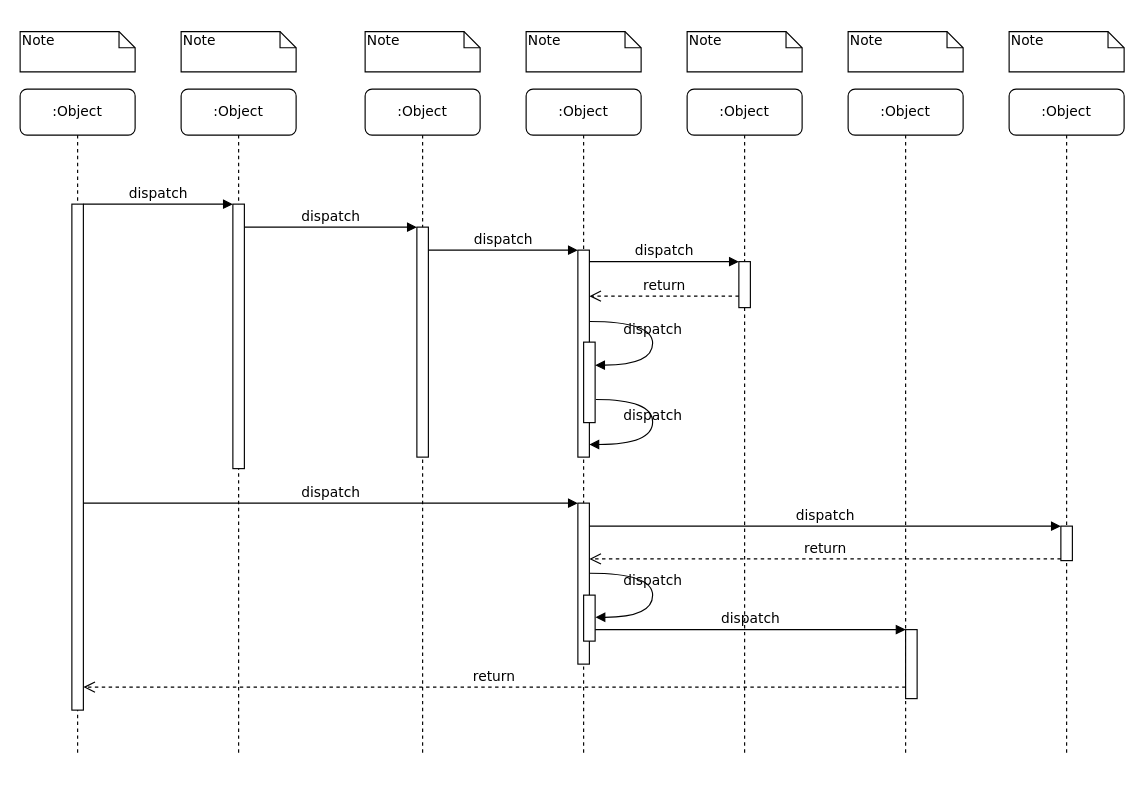
Earlier version of the draw.io diagram app/src/Untitled Diagram.drawio (Kingwentao/AndroidPromoteRoad). Source tidied: cells renumbered, new cells numbered last; positions are measured from the earlier drawing's top-left corner, leaving out a move shared by most shapes. Both pictures are drawn from the tidied source at 115%, with x=0, y=0 at pixel (20, 31).
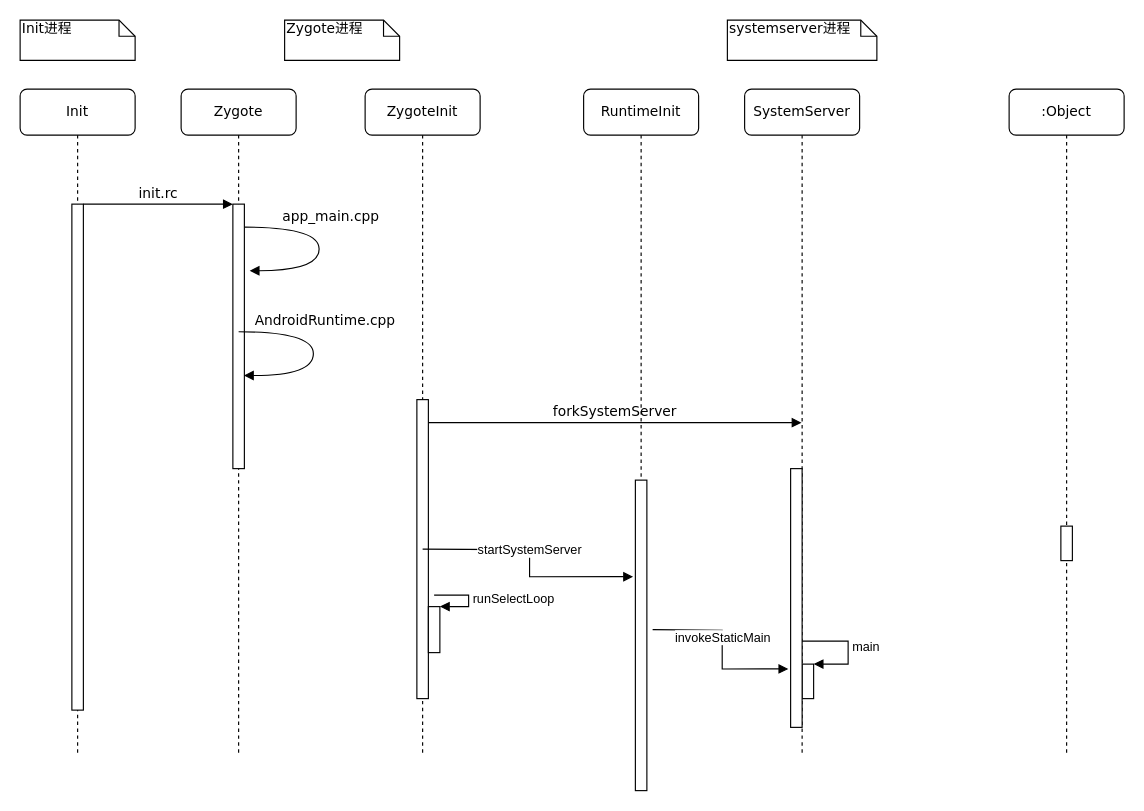
Above is the later version.

Commit message:
Update framework Diagram

The change refers to these unchanged cells:
```xml
<mxCell id="3" style="html=1;points=[];perimeter=orthogonalPerimeter;rounded=0;shadow=0;comic=0;labelBackgroundColor=none;strokeWidth=1;fontFamily=Verdana;fontSize=12;align=center;" parent="2" vertex="1">
  <mxGeometry x="45" y="100" width="10" height="230" as="geometry" />
</mxCell>
<mxCell id="11" style="html=1;points=[];perimeter=orthogonalPerimeter;rounded=0;shadow=0;comic=0;labelBackgroundColor=none;strokeWidth=1;fontFamily=Verdana;fontSize=12;align=center;" parent="10" vertex="1">
  <mxGeometry x="45" y="100" width="10" height="440" as="geometry" />
</mxCell>
<mxCell id="19" style="html=1;points=[];perimeter=orthogonalPerimeter;rounded=0;shadow=0;comic=0;labelBackgroundColor=none;strokeColor=#000000;strokeWidth=1;fillColor=#FFFFFF;fontFamily=Verdana;fontSize=12;fontColor=#000000;align=center;" parent="1" vertex="1">
  <mxGeometry x="905" y="430" width="10" height="30" as="geometry" />
</mxCell>
```

The edit, as a diff of the source:
```diff
@@
-    <mxCell id="2" value=":Object" style="shape=umlLifeline;perimeter=lifelinePerimeter;whiteSpace=wrap;html=1;outlineConnect=0;rounded=1;shadow=0;comic=0;labelBackgroundColor=none;strokeWidth=1;fontFamily=Verdana;fontSize=12;align=center;" parent="1" vertex="1">
+    <mxCell id="2" value="Zygote" style="shape=umlLifeline;perimeter=lifelinePerimeter;whiteSpace=wrap;html=1;outlineConnect=0;rounded=1;shadow=0;comic=0;labelBackgroundColor=none;strokeWidth=1;fontFamily=Verdana;fontSize=12;align=center;" parent="1" vertex="1">
       <mxGeometry x="140" y="50" width="100" height="580" as="geometry" />
     </mxCell>
@@
+    <mxCell id="26" style="html=1;verticalAlign=bottom;endArrow=block;labelBackgroundColor=none;fontFamily=Verdana;fontSize=12;edgeStyle=elbowEdgeStyle;elbow=vertical;" parent="2" edge="1" source="3" target="2">
+      <mxGeometry x="-1" y="-90" relative="1" as="geometry">
+        <mxPoint x="50" y="15" as="offset" />
+      </mxGeometry>
+    </mxCell>
+    <mxCell id="39" value="app_main.cpp" style="html=1;verticalAlign=bottom;endArrow=block;labelBackgroundColor=none;fontFamily=Verdana;fontSize=12;elbow=vertical;edgeStyle=orthogonalEdgeStyle;curved=1;entryX=1;entryY=0.286;entryPerimeter=0;exitX=1.038;exitY=0.345;exitPerimeter=0;" parent="2" edge="1">
+      <mxGeometry x="-0.2" y="10" relative="1" as="geometry">
+        <mxPoint x="55" y="120" as="sourcePoint" />
+        <mxPoint x="59.6" y="157.9" as="targetPoint" />
+        <Array as="points">
+          <mxPoint x="120" y="120" />
+          <mxPoint x="120" y="158" />
+        </Array>
+      </mxGeometry>
+    </mxCell>
-    <mxCell id="4" value=":Object" style="shape=umlLifeline;perimeter=lifelinePerimeter;whiteSpace=wrap;html=1;rounded=1;shadow=0;comic=0;labelBackgroundColor=none;strokeWidth=1;fontFamily=Verdana;fontSize=12;align=center;" parent="1" vertex="1">
+    <mxCell id="4" value="ZygoteInit" style="shape=umlLifeline;perimeter=lifelinePerimeter;whiteSpace=wrap;html=1;rounded=1;shadow=0;comic=0;labelBackgroundColor=none;strokeWidth=1;fontFamily=Verdana;fontSize=12;align=center;" parent="1" vertex="1">
       <mxGeometry x="300" y="50" width="100" height="580" as="geometry" />
     </mxCell>
     <mxCell id="5" style="html=1;points=[];perimeter=orthogonalPerimeter;rounded=0;shadow=0;comic=0;labelBackgroundColor=none;strokeWidth=1;fontFamily=Verdana;fontSize=12;align=center;" parent="4" vertex="1">
-      <mxGeometry x="45" y="120" width="10" height="200" as="geometry" />
+      <mxGeometry x="45" y="270" width="10" height="260" as="geometry" />
     </mxCell>
+    <mxCell id="40" style="html=1;points=[];perimeter=orthogonalPerimeter;" parent="4" vertex="1">
+      <mxGeometry x="55" y="450" width="10" height="40" as="geometry" />
+    </mxCell>
+    <mxCell id="41" value="runSelectLoop" style="edgeStyle=orthogonalEdgeStyle;html=1;align=left;spacingLeft=2;endArrow=block;rounded=0;entryX=1;entryY=0;" parent="4" edge="1" target="40">
+      <mxGeometry relative="1" as="geometry">
+        <mxPoint x="60" y="440" as="sourcePoint" />
+        <Array as="points">
+          <mxPoint x="90" y="440" />
+        </Array>
+      </mxGeometry>
+    </mxCell>
+    <mxCell id="42" value="startSystemServer" style="html=1;verticalAlign=bottom;endArrow=block;rounded=0;edgeStyle=orthogonalEdgeStyle;entryX=-0.2;entryY=0.311;entryDx=0;entryDy=0;entryPerimeter=0;" parent="4" edge="1" target="48">
+      <mxGeometry relative="1" as="geometry">
+        <mxPoint x="50" y="400" as="sourcePoint" />
+      </mxGeometry>
+    </mxCell>
-    <mxCell id="6" value=":Object" style="shape=umlLifeline;perimeter=lifelinePerimeter;whiteSpace=wrap;html=1;outlineConnect=0;rounded=1;shadow=0;comic=0;labelBackgroundColor=none;strokeWidth=1;fontFamily=Verdana;fontSize=12;align=center;" parent="1" vertex="1">
-      <mxGeometry x="440" y="50" width="100" height="580" as="geometry" />
+    <mxCell id="6" value="SystemServer" style="shape=umlLifeline;perimeter=lifelinePerimeter;whiteSpace=wrap;html=1;outlineConnect=0;rounded=1;shadow=0;comic=0;labelBackgroundColor=none;strokeWidth=1;fontFamily=Verdana;fontSize=12;align=center;" parent="1" vertex="1">
+      <mxGeometry x="630" y="50" width="100" height="580" as="geometry" />
     </mxCell>
-    <mxCell id="7" value=":Object" style="shape=umlLifeline;perimeter=lifelinePerimeter;whiteSpace=wrap;html=1;rounded=1;shadow=0;comic=0;labelBackgroundColor=none;strokeWidth=1;fontFamily=Verdana;fontSize=12;align=center;" parent="1" vertex="1">
-      <mxGeometry x="580" y="50" width="100" height="580" as="geometry" />
-    </mxCell>
-    <mxCell id="8" value=":Object" style="shape=umlLifeline;perimeter=lifelinePerimeter;whiteSpace=wrap;html=1;rounded=1;shadow=0;comic=0;labelBackgroundColor=none;strokeWidth=1;fontFamily=Verdana;fontSize=12;align=center;" parent="1" vertex="1">
-      <mxGeometry x="720" y="50" width="100" height="580" as="geometry" />
-    </mxCell>
+    <mxCell id="43" style="html=1;points=[];perimeter=orthogonalPerimeter;" parent="6" vertex="1">
+      <mxGeometry x="50" y="500" width="10" height="30" as="geometry" />
+    </mxCell>
+    <mxCell id="44" value="main" style="edgeStyle=orthogonalEdgeStyle;html=1;align=left;spacingLeft=2;endArrow=block;rounded=0;entryX=1;entryY=0;" parent="6" edge="1" source="12" target="43">
+      <mxGeometry relative="1" as="geometry">
+        <Array as="points">
+          <mxPoint x="90" y="480" />
+          <mxPoint x="90" y="500" />
+        </Array>
+      </mxGeometry>
+    </mxCell>
+    <mxCell id="12" style="html=1;points=[];perimeter=orthogonalPerimeter;rounded=0;shadow=0;comic=0;labelBackgroundColor=none;strokeWidth=1;fontFamily=Verdana;fontSize=12;align=center;" parent="6" vertex="1">
+      <mxGeometry x="40" y="330" width="10" height="225" as="geometry" />
+    </mxCell>
@@
-    <mxCell id="10" value=":Object" style="shape=umlLifeline;perimeter=lifelinePerimeter;whiteSpace=wrap;html=1;rounded=1;shadow=0;comic=0;labelBackgroundColor=none;strokeWidth=1;fontFamily=Verdana;fontSize=12;align=center;" parent="1" vertex="1">
+    <mxCell id="10" value="Init" style="shape=umlLifeline;perimeter=lifelinePerimeter;whiteSpace=wrap;html=1;rounded=1;shadow=0;comic=0;labelBackgroundColor=none;strokeWidth=1;fontFamily=Verdana;fontSize=12;align=center;" parent="1" vertex="1">
       <mxGeometry y="50" width="100" height="580" as="geometry" />
     </mxCell>
@@
-    <mxCell id="12" style="html=1;points=[];perimeter=orthogonalPerimeter;rounded=0;shadow=0;comic=0;labelBackgroundColor=none;strokeWidth=1;fontFamily=Verdana;fontSize=12;align=center;" parent="1" vertex="1">
-      <mxGeometry x="485" y="190" width="10" height="180" as="geometry" />
-    </mxCell>
-    <mxCell id="13" value="dispatch" style="html=1;verticalAlign=bottom;endArrow=block;labelBackgroundColor=none;fontFamily=Verdana;fontSize=12;edgeStyle=elbowEdgeStyle;elbow=vertical;" parent="1" edge="1" source="5" target="12">
+    <mxCell id="13" value="forkSystemServer" style="html=1;verticalAlign=bottom;endArrow=block;labelBackgroundColor=none;fontFamily=Verdana;fontSize=12;edgeStyle=elbowEdgeStyle;elbow=vertical;" parent="1" edge="1" source="5" target="6">
       <mxGeometry relative="1" as="geometry">
         <Array as="points">
+          <mxPoint x="410" y="340" />
+          <mxPoint x="410" y="210" />
           <mxPoint x="360" y="190" />
         </Array>
       </mxGeometry>
     </mxCell>
-    <mxCell id="14" style="html=1;points=[];perimeter=orthogonalPerimeter;rounded=0;shadow=0;comic=0;labelBackgroundColor=none;strokeWidth=1;fontFamily=Verdana;fontSize=12;align=center;" parent="1" vertex="1">
-      <mxGeometry x="625" y="200" width="10" height="40" as="geometry" />
-    </mxCell>
-    <mxCell id="15" value="dispatch" style="html=1;verticalAlign=bottom;endArrow=block;entryX=0;entryY=0;labelBackgroundColor=none;fontFamily=Verdana;fontSize=12;edgeStyle=elbowEdgeStyle;elbow=vertical;" parent="1" edge="1" source="12" target="14">
-      <mxGeometry relative="1" as="geometry" />
-    </mxCell>
-    <mxCell id="16" value="return" style="html=1;verticalAlign=bottom;endArrow=open;dashed=1;endSize=8;labelBackgroundColor=none;fontFamily=Verdana;fontSize=12;edgeStyle=elbowEdgeStyle;elbow=vertical;" parent="1" edge="1" source="14" target="12">
-      <mxGeometry relative="1" as="geometry">
-        <Array as="points">
-          <mxPoint x="570" y="230" />
-          <mxPoint x="600" y="230" />
-        </Array>
-      </mxGeometry>
-    </mxCell>
-    <mxCell id="17" style="html=1;points=[];perimeter=orthogonalPerimeter;rounded=0;shadow=0;comic=0;labelBackgroundColor=none;strokeWidth=1;fontFamily=Verdana;fontSize=12;align=center;" parent="1" vertex="1">
-      <mxGeometry x="485" y="410" width="10" height="140" as="geometry" />
-    </mxCell>
-    <mxCell id="18" value="dispatch" style="html=1;verticalAlign=bottom;endArrow=block;entryX=0;entryY=0;labelBackgroundColor=none;fontFamily=Verdana;fontSize=12;" parent="1" edge="1" source="11" target="17">
-      <mxGeometry relative="1" as="geometry" />
-    </mxCell>
@@
-    <mxCell id="20" value="dispatch" style="html=1;verticalAlign=bottom;endArrow=block;entryX=0;entryY=0;labelBackgroundColor=none;fontFamily=Verdana;fontSize=12;" parent="1" edge="1" source="17" target="19">
-      <mxGeometry relative="1" as="geometry" />
-    </mxCell>
-    <mxCell id="21" value="return" style="html=1;verticalAlign=bottom;endArrow=open;dashed=1;endSize=8;exitX=0;exitY=0.95;labelBackgroundColor=none;fontFamily=Verdana;fontSize=12;" parent="1" edge="1" source="19" target="17">
-      <mxGeometry relative="1" as="geometry" />
-    </mxCell>
-    <mxCell id="22" style="html=1;points=[];perimeter=orthogonalPerimeter;rounded=0;shadow=0;comic=0;labelBackgroundColor=none;strokeWidth=1;fontFamily=Verdana;fontSize=12;align=center;" parent="1" vertex="1">
-      <mxGeometry x="770" y="520" width="10" height="60" as="geometry" />
-    </mxCell>
-    <mxCell id="23" value="dispatch" style="html=1;verticalAlign=bottom;endArrow=block;entryX=0;entryY=0;labelBackgroundColor=none;fontFamily=Verdana;fontSize=12;edgeStyle=elbowEdgeStyle;elbow=vertical;" parent="1" edge="1" source="30" target="22">
-      <mxGeometry relative="1" as="geometry" />
-    </mxCell>
-    <mxCell id="24" value="return" style="html=1;verticalAlign=bottom;endArrow=open;dashed=1;endSize=8;labelBackgroundColor=none;fontFamily=Verdana;fontSize=12;edgeStyle=elbowEdgeStyle;elbow=vertical;" parent="1" edge="1" source="22" target="11">
-      <mxGeometry relative="1" as="geometry">
-        <Array as="points">
-          <mxPoint x="470" y="570" />
-        </Array>
-      </mxGeometry>
-    </mxCell>
-    <mxCell id="25" value="dispatch" style="html=1;verticalAlign=bottom;endArrow=block;entryX=0;entryY=0;labelBackgroundColor=none;fontFamily=Verdana;fontSize=12;edgeStyle=elbowEdgeStyle;elbow=vertical;" parent="1" edge="1" source="11" target="3">
+    <mxCell id="25" value="init.rc" style="html=1;verticalAlign=bottom;endArrow=block;entryX=0;entryY=0;labelBackgroundColor=none;fontFamily=Verdana;fontSize=12;edgeStyle=elbowEdgeStyle;elbow=vertical;" parent="1" edge="1" source="11" target="3">
       <mxGeometry relative="1" as="geometry" />
     </mxCell>
-    <mxCell id="26" value="dispatch" style="html=1;verticalAlign=bottom;endArrow=block;entryX=0;entryY=0;labelBackgroundColor=none;fontFamily=Verdana;fontSize=12;edgeStyle=elbowEdgeStyle;elbow=vertical;" parent="1" edge="1" source="3" target="5">
-      <mxGeometry relative="1" as="geometry" />
-    </mxCell>
-    <mxCell id="27" style="html=1;points=[];perimeter=orthogonalPerimeter;rounded=0;shadow=0;comic=0;labelBackgroundColor=none;strokeWidth=1;fontFamily=Verdana;fontSize=12;align=center;" parent="1" vertex="1">
-      <mxGeometry x="490" y="270" width="10" height="70" as="geometry" />
-    </mxCell>
-    <mxCell id="28" value="dispatch" style="html=1;verticalAlign=bottom;endArrow=block;labelBackgroundColor=none;fontFamily=Verdana;fontSize=12;elbow=vertical;edgeStyle=orthogonalEdgeStyle;curved=1;entryX=1;entryY=0.286;entryPerimeter=0;exitX=1.038;exitY=0.345;exitPerimeter=0;" parent="1" edge="1" source="12" target="27">
-      <mxGeometry relative="1" as="geometry">
-        <Array as="points">
-          <mxPoint x="550" y="252" />
-          <mxPoint x="550" y="290" />
-        </Array>
-      </mxGeometry>
-    </mxCell>
-    <mxCell id="29" value="dispatch" style="html=1;verticalAlign=bottom;endArrow=block;labelBackgroundColor=none;fontFamily=Verdana;fontSize=12;elbow=vertical;edgeStyle=orthogonalEdgeStyle;curved=1;exitX=1.066;exitY=0.713;exitPerimeter=0;" parent="1" edge="1" source="27">
-      <mxGeometry relative="1" as="geometry">
-        <mxPoint x="495" y="359" as="targetPoint" />
-        <Array as="points">
-          <mxPoint x="550" y="320" />
-          <mxPoint x="550" y="359" />
-        </Array>
-      </mxGeometry>
-    </mxCell>
-    <mxCell id="30" style="html=1;points=[];perimeter=orthogonalPerimeter;rounded=0;shadow=0;comic=0;labelBackgroundColor=none;strokeWidth=1;fontFamily=Verdana;fontSize=12;align=center;" parent="1" vertex="1">
-      <mxGeometry x="490" y="490" width="10" height="40" as="geometry" />
-    </mxCell>
-    <mxCell id="31" value="dispatch" style="html=1;verticalAlign=bottom;endArrow=block;labelBackgroundColor=none;fontFamily=Verdana;fontSize=12;elbow=vertical;edgeStyle=orthogonalEdgeStyle;curved=1;entryX=1;entryY=0.286;entryPerimeter=0;exitX=1.038;exitY=0.345;exitPerimeter=0;" parent="1" edge="1">
-      <mxGeometry relative="1" as="geometry">
-        <mxPoint x="495.3" y="471" as="sourcePoint" />
-        <mxPoint x="500.3" y="509.3" as="targetPoint" />
-        <Array as="points">
-          <mxPoint x="550" y="471" />
-          <mxPoint x="550" y="509" />
-        </Array>
-      </mxGeometry>
-    </mxCell>
-    <mxCell id="32" value="Note" style="shape=note;whiteSpace=wrap;html=1;size=14;verticalAlign=top;align=left;spacingTop=-6;rounded=0;shadow=0;comic=0;labelBackgroundColor=none;strokeWidth=1;fontFamily=Verdana;fontSize=12;" parent="1" vertex="1">
-      <mxGeometry width="100" height="35" as="geometry" />
+    <mxCell id="32" value="Init进程" style="shape=note;whiteSpace=wrap;html=1;size=14;verticalAlign=top;align=left;spacingTop=-6;rounded=0;shadow=0;comic=0;labelBackgroundColor=none;strokeWidth=1;fontFamily=Verdana;fontSize=12;" parent="1" vertex="1">
+      <mxGeometry y="-10" width="100" height="35" as="geometry" />
     </mxCell>
-    <mxCell id="33" value="Note" style="shape=note;whiteSpace=wrap;html=1;size=14;verticalAlign=top;align=left;spacingTop=-6;rounded=0;shadow=0;comic=0;labelBackgroundColor=none;strokeWidth=1;fontFamily=Verdana;fontSize=12;" parent="1" vertex="1">
-      <mxGeometry x="140" width="100" height="35" as="geometry" />
+    <mxCell id="33" value="Zygote进程" style="shape=note;whiteSpace=wrap;html=1;size=14;verticalAlign=top;align=left;spacingTop=-6;rounded=0;shadow=0;comic=0;labelBackgroundColor=none;strokeWidth=1;fontFamily=Verdana;fontSize=12;" parent="1" vertex="1">
+      <mxGeometry x="230" y="-10" width="100" height="35" as="geometry" />
     </mxCell>
-    <mxCell id="34" value="Note" style="shape=note;whiteSpace=wrap;html=1;size=14;verticalAlign=top;align=left;spacingTop=-6;rounded=0;shadow=0;comic=0;labelBackgroundColor=none;strokeWidth=1;fontFamily=Verdana;fontSize=12;" parent="1" vertex="1">
-      <mxGeometry x="300" width="100" height="35" as="geometry" />
-    </mxCell>
-    <mxCell id="35" value="Note" style="shape=note;whiteSpace=wrap;html=1;size=14;verticalAlign=top;align=left;spacingTop=-6;rounded=0;shadow=0;comic=0;labelBackgroundColor=none;strokeWidth=1;fontFamily=Verdana;fontSize=12;" parent="1" vertex="1">
-      <mxGeometry x="440" width="100" height="35" as="geometry" />
-    </mxCell>
-    <mxCell id="36" value="Note" style="shape=note;whiteSpace=wrap;html=1;size=14;verticalAlign=top;align=left;spacingTop=-6;rounded=0;shadow=0;comic=0;labelBackgroundColor=none;strokeWidth=1;fontFamily=Verdana;fontSize=12;" parent="1" vertex="1">
-      <mxGeometry x="580" width="100" height="35" as="geometry" />
-    </mxCell>
-    <mxCell id="37" value="Note" style="shape=note;whiteSpace=wrap;html=1;size=14;verticalAlign=top;align=left;spacingTop=-6;rounded=0;shadow=0;comic=0;labelBackgroundColor=none;strokeWidth=1;fontFamily=Verdana;fontSize=12;" parent="1" vertex="1">
-      <mxGeometry x="720" width="100" height="35" as="geometry" />
-    </mxCell>
-    <mxCell id="38" value="Note" style="shape=note;whiteSpace=wrap;html=1;size=14;verticalAlign=top;align=left;spacingTop=-6;rounded=0;shadow=0;comic=0;labelBackgroundColor=none;strokeWidth=1;fontFamily=Verdana;fontSize=12;" parent="1" vertex="1">
-      <mxGeometry x="860" width="100" height="35" as="geometry" />
-    </mxCell>
+    <mxCell id="45" value="AndroidRuntime.cpp" style="html=1;verticalAlign=bottom;endArrow=block;labelBackgroundColor=none;fontFamily=Verdana;fontSize=12;elbow=vertical;edgeStyle=orthogonalEdgeStyle;curved=1;entryX=1;entryY=0.286;entryPerimeter=0;exitX=1.038;exitY=0.345;exitPerimeter=0;" parent="1" edge="1">
+      <mxGeometry x="-0.2" y="10" relative="1" as="geometry">
+        <mxPoint x="190" y="261" as="sourcePoint" />
+        <mxPoint x="194.6" y="299" as="targetPoint" />
+        <Array as="points">
+          <mxPoint x="255" y="261" />
+          <mxPoint x="255" y="299" />
+        </Array>
+      </mxGeometry>
+    </mxCell>
+    <mxCell id="46" value="&lt;span style=&quot;text-align: center&quot;&gt;systemserver&lt;/span&gt;进程" style="shape=note;whiteSpace=wrap;html=1;size=14;verticalAlign=top;align=left;spacingTop=-6;rounded=0;shadow=0;comic=0;labelBackgroundColor=none;strokeWidth=1;fontFamily=Verdana;fontSize=12;" parent="1" vertex="1">
+      <mxGeometry x="615" y="-10" width="130" height="35" as="geometry" />
+    </mxCell>
+    <mxCell id="47" value="RuntimeInit" style="shape=umlLifeline;perimeter=lifelinePerimeter;whiteSpace=wrap;html=1;rounded=1;shadow=0;comic=0;labelBackgroundColor=none;strokeWidth=1;fontFamily=Verdana;fontSize=12;align=center;" parent="1" vertex="1">
+      <mxGeometry x="490" y="50" width="100" height="610" as="geometry" />
+    </mxCell>
+    <mxCell id="48" style="html=1;points=[];perimeter=orthogonalPerimeter;" parent="47" vertex="1">
+      <mxGeometry x="45" y="340" width="10" height="270" as="geometry" />
+    </mxCell>
+    <mxCell id="49" value="invokeStaticMain" style="html=1;verticalAlign=bottom;endArrow=block;rounded=0;edgeStyle=orthogonalEdgeStyle;entryX=-0.2;entryY=0.774;entryDx=0;entryDy=0;entryPerimeter=0;" parent="47" edge="1" target="12">
+      <mxGeometry relative="1" as="geometry">
+        <mxPoint x="60" y="470" as="sourcePoint" />
+      </mxGeometry>
+    </mxCell>
```
